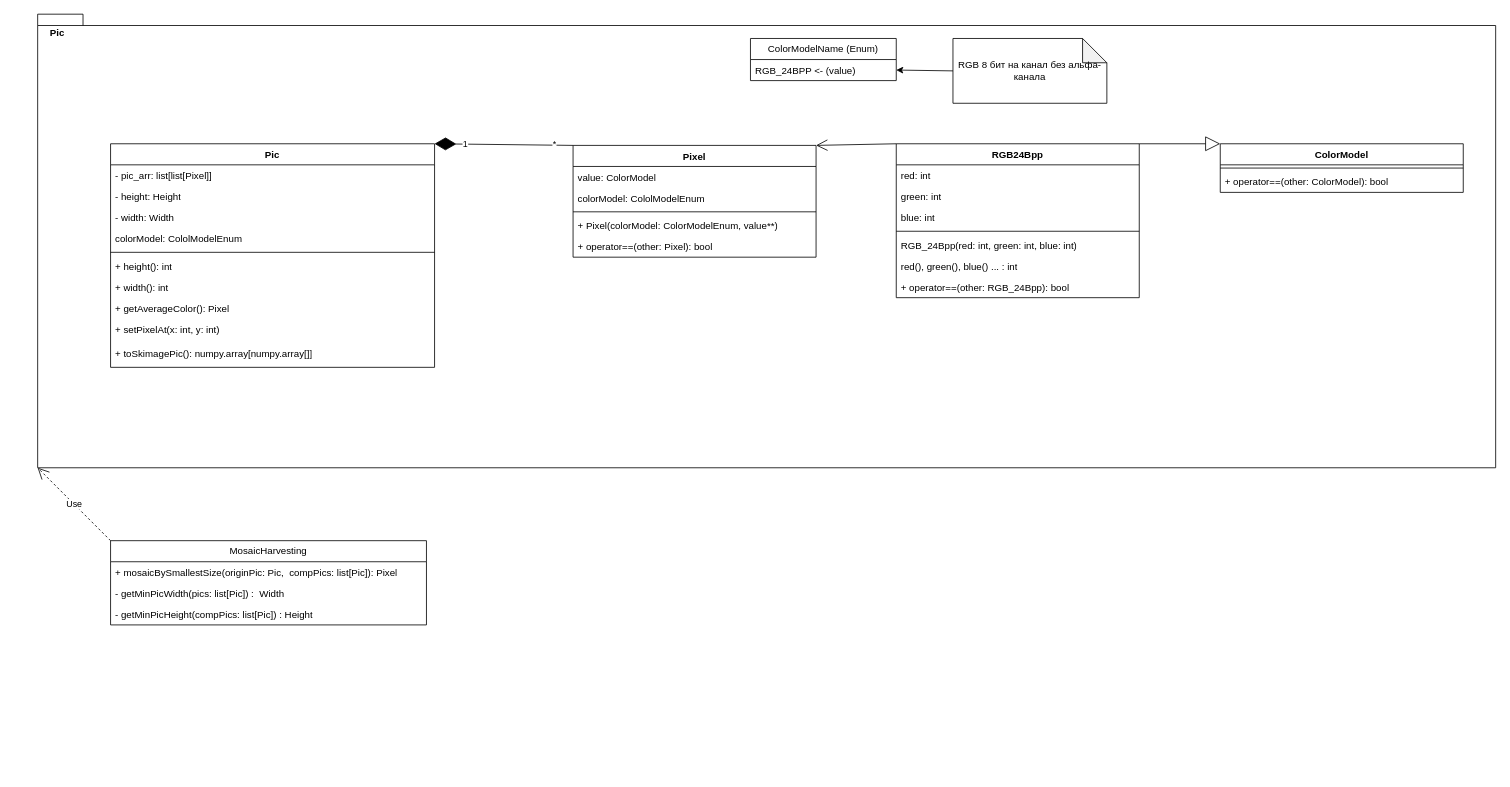
Above: page "диаграмма классов" (2 of 2) of arc.drawio in Sqaz33/PicMix (draw.io), before the change. Source tidied: cells renumbered, new cells numbered last; positions are measured from the earlier drawing's top-left corner, leaving out a move shared by most shapes. Both pictures are drawn from the tidied source at 81%, with x=0, y=0 at pixel (24, 14).
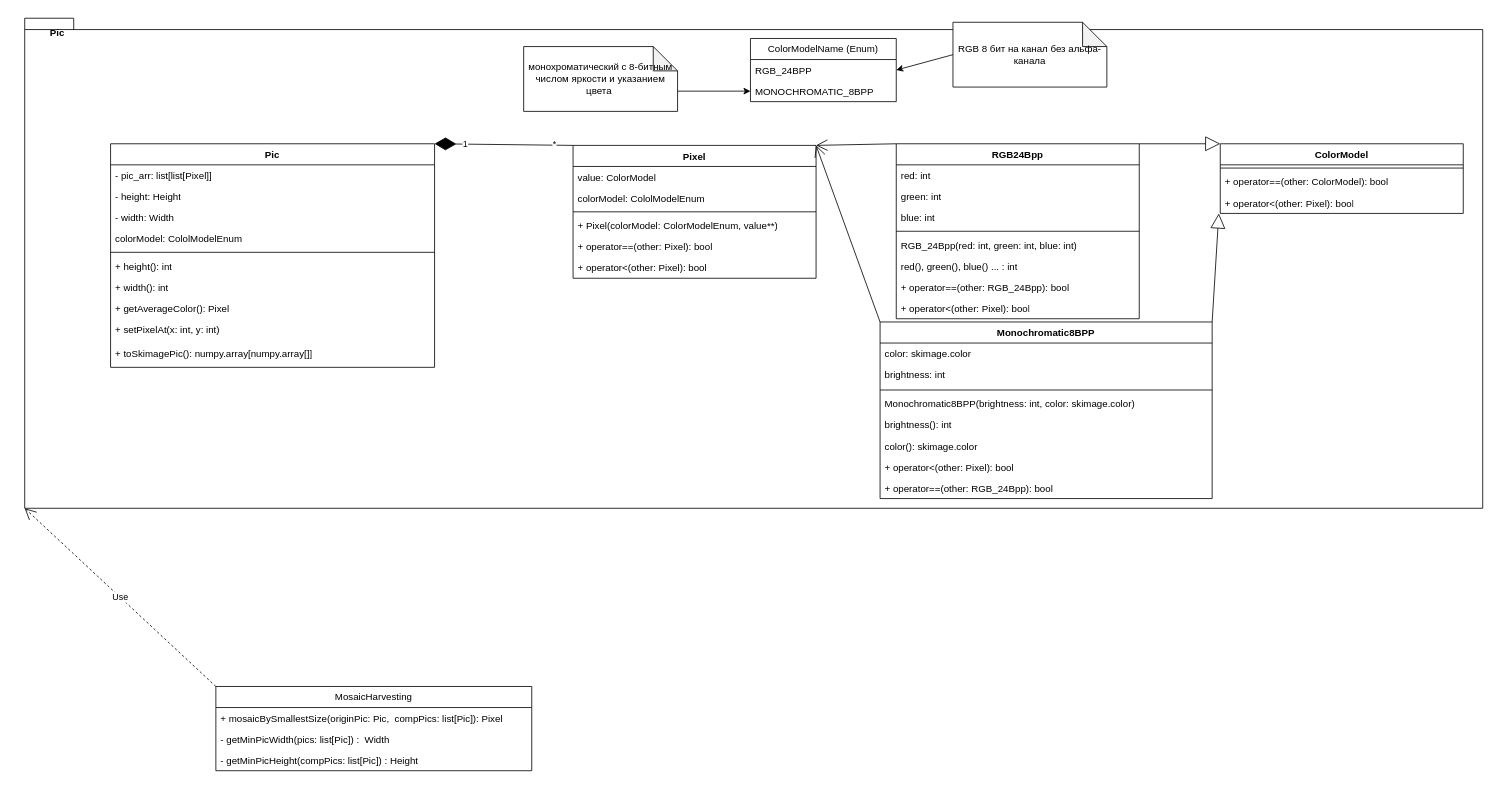
The same diagram, later.

Commit message (it also covers changes not shown here):
Отказался от pixel и цветовых моделей

Change to the diagram source:
```diff
@@
     <mxCell id="2" style="shape=folder;fontStyle=1;spacingTop=10;tabWidth=40;tabHeight=14;tabPosition=left;html=1;whiteSpace=wrap;" parent="1" vertex="1">
-      <mxGeometry x="16" width="1800" height="560" as="geometry" />
+      <mxGeometry y="5" width="1800" height="605" as="geometry" />
     </mxCell>
     <mxCell id="3" value="MosaicHarvesting" style="swimlane;fontStyle=0;horizontal=1;startSize=26;fillColor=none;whiteSpace=wrap;html=1;" parent="1" vertex="1">
-      <mxGeometry x="106" y="650" width="390" height="104" as="geometry" />
+      <mxGeometry x="236" y="830" width="390" height="104" as="geometry" />
     </mxCell>
@@
     <mxCell id="18" value="Pixel" style="swimlane;fontStyle=1;align=center;verticalAlign=top;horizontal=1;startSize=26;whiteSpace=wrap;html=1;" parent="1" vertex="1">
-      <mxGeometry x="677" y="162" width="300" height="138" as="geometry" />
+      <mxGeometry x="677" y="162" width="300" height="164" as="geometry" />
     </mxCell>
@@
+    <mxCell id="46" value="+ operator==(other: Pixel): bool" style="text;strokeColor=none;fillColor=none;align=left;verticalAlign=top;spacingLeft=4;spacingRight=4;overflow=hidden;whiteSpace=wrap;html=1;" parent="18" vertex="1">
+      <mxGeometry y="112" width="300" height="26" as="geometry" />
+    </mxCell>
-    <mxCell id="23" value="+ operator==(other: Pixel): bool" style="text;strokeColor=none;fillColor=none;align=left;verticalAlign=top;spacingLeft=4;spacingRight=4;overflow=hidden;whiteSpace=wrap;html=1;" parent="18" vertex="1">
-      <mxGeometry y="112" width="300" height="26" as="geometry" />
+    <mxCell id="23" value="+ operator&amp;lt;(other: Pixel): bool" style="text;strokeColor=none;fillColor=none;align=left;verticalAlign=top;spacingLeft=4;spacingRight=4;overflow=hidden;whiteSpace=wrap;html=1;" parent="18" vertex="1">
+      <mxGeometry y="138" width="300" height="26" as="geometry" />
     </mxCell>
     <mxCell id="24" value="ColorModelName (Enum)" style="swimlane;fontStyle=0;horizontal=1;startSize=26;fillColor=none;whiteSpace=wrap;html=1;" parent="1" vertex="1">
-      <mxGeometry x="896" y="30" width="180" height="52" as="geometry" />
+      <mxGeometry x="896" y="30" width="180" height="78" as="geometry" />
     </mxCell>
+    <mxCell id="47" value="RGB_24BPP" style="text;strokeColor=none;fillColor=none;align=left;verticalAlign=top;spacingLeft=4;spacingRight=4;overflow=hidden;points=[[0,0.5],[1,0.5]];portConstraint=eastwest;whiteSpace=wrap;html=1;" parent="24" vertex="1">
+      <mxGeometry y="26" width="180" height="26" as="geometry" />
+    </mxCell>
-    <mxCell id="25" value="RGB_24BPP &amp;lt;- (value)" style="text;strokeColor=none;fillColor=none;align=left;verticalAlign=top;spacingLeft=4;spacingRight=4;overflow=hidden;points=[[0,0.5],[1,0.5]];portConstraint=eastwest;whiteSpace=wrap;html=1;" parent="24" vertex="1">
-      <mxGeometry y="26" width="180" height="26" as="geometry" />
+    <mxCell id="25" value="MONOCHROMATIC_8BPP" style="text;strokeColor=none;fillColor=none;align=left;verticalAlign=top;spacingLeft=4;spacingRight=4;overflow=hidden;points=[[0,0.5],[1,0.5]];portConstraint=eastwest;whiteSpace=wrap;html=1;" parent="24" vertex="1">
+      <mxGeometry y="52" width="180" height="26" as="geometry" />
     </mxCell>
     <mxCell id="26" value="RGB 8 бит на канал без альфа-канала" style="shape=note;whiteSpace=wrap;html=1;backgroundOutline=1;darkOpacity=0.05;" parent="1" vertex="1">
-      <mxGeometry x="1146" y="30" width="190" height="80" as="geometry" />
+      <mxGeometry x="1146" y="10" width="190" height="80" as="geometry" />
     </mxCell>
-    <mxCell id="27" style="endArrow=classic;html=1;rounded=0;exitX=0;exitY=0.5;exitDx=0;exitDy=0;exitPerimeter=0;entryX=1;entryY=0.5;entryDx=0;entryDy=0;" parent="1" edge="1" source="26" target="25">
+    <mxCell id="27" style="endArrow=classic;html=1;rounded=0;exitX=0;exitY=0.5;exitDx=0;exitDy=0;exitPerimeter=0;entryX=1;entryY=0.5;entryDx=0;entryDy=0;" parent="1" edge="1" source="26" target="47">
       <mxGeometry relative="1" as="geometry" />
     </mxCell>
@@
     <mxCell id="31" value="RGB24Bpp" style="swimlane;fontStyle=1;align=center;verticalAlign=top;horizontal=1;startSize=26;whiteSpace=wrap;html=1;" parent="1" vertex="1">
-      <mxGeometry x="1076" y="160" width="300" height="190" as="geometry" />
+      <mxGeometry x="1076" y="160" width="300" height="216" as="geometry" />
     </mxCell>
@@
+    <mxCell id="48" value="+ operator&amp;lt;(other: Pixel): bool" style="text;strokeColor=none;fillColor=none;align=left;verticalAlign=top;spacingLeft=4;spacingRight=4;overflow=hidden;whiteSpace=wrap;html=1;" parent="31" vertex="1">
+      <mxGeometry y="190" width="300" height="26" as="geometry" />
+    </mxCell>
     <mxCell id="39" value="ColorModel" style="swimlane;fontStyle=1;align=center;verticalAlign=top;horizontal=1;startSize=26;whiteSpace=wrap;html=1;" parent="1" vertex="1">
-      <mxGeometry x="1476" y="160" width="300" height="60" as="geometry" />
+      <mxGeometry x="1476" y="160" width="300" height="86" as="geometry" />
     </mxCell>
@@
+    <mxCell id="49" value="+ operator&amp;lt;(other: Pixel): bool" style="text;strokeColor=none;fillColor=none;align=left;verticalAlign=top;spacingLeft=4;spacingRight=4;overflow=hidden;points=[[0,0.5],[1,0.5]];portConstraint=eastwest;whiteSpace=wrap;html=1;" parent="39" vertex="1">
+      <mxGeometry y="60" width="300" height="26" as="geometry" />
+    </mxCell>
@@
-    <mxCell id="45" value="Use" style="endArrow=open;endSize=12;dashed=1;html=1;rounded=0;exitX=0;exitY=0;exitDx=0;exitDy=0;entryX=0;entryY=0;entryDx=0;entryDy=560;entryPerimeter=0;" parent="1" edge="1" source="3" target="2">
+    <mxCell id="45" value="Use" style="endArrow=open;endSize=12;dashed=1;html=1;rounded=0;exitX=0;exitY=0;exitDx=0;exitDy=0;entryX=0;entryY=0;entryDx=0;entryDy=605;entryPerimeter=0;" parent="1" edge="1" source="3" target="2">
       <mxGeometry relative="1" as="geometry" />
     </mxCell>
+    <mxCell id="50" style="edgeStyle=orthogonalEdgeStyle;rounded=0;jettySize=auto;html=1;exitX=0;exitY=0;exitDx=190;exitDy=55;exitPerimeter=0;entryX=0;entryY=0.5;entryDx=0;entryDy=0;" parent="1" edge="1" source="51" target="25">
+      <mxGeometry relative="1" as="geometry" />
+    </mxCell>
+    <mxCell id="51" value="монохроматический с 8-битным числом яркости и указанием цвета&amp;nbsp;" style="shape=note;whiteSpace=wrap;html=1;backgroundOutline=1;darkOpacity=0.05;" parent="1" vertex="1">
+      <mxGeometry x="616" y="40" width="190" height="80" as="geometry" />
+    </mxCell>
+    <mxCell id="52" value="Monochromatic8BPP" style="swimlane;fontStyle=1;align=center;verticalAlign=top;horizontal=1;startSize=26;whiteSpace=wrap;html=1;" parent="1" vertex="1">
+      <mxGeometry x="1056" y="380" width="410" height="218" as="geometry" />
+    </mxCell>
+    <mxCell id="53" value="color: skimage.color&lt;br&gt;" style="text;strokeColor=none;fillColor=none;align=left;verticalAlign=top;spacingLeft=4;spacingRight=4;overflow=hidden;whiteSpace=wrap;html=1;" parent="52" vertex="1">
+      <mxGeometry y="26" width="410" height="26" as="geometry" />
+    </mxCell>
+    <mxCell id="54" value="brightness: int" style="text;strokeColor=none;fillColor=none;align=left;verticalAlign=top;spacingLeft=4;spacingRight=4;overflow=hidden;whiteSpace=wrap;html=1;" parent="52" vertex="1">
+      <mxGeometry y="52" width="410" height="28" as="geometry" />
+    </mxCell>
+    <mxCell id="55" style="line;strokeWidth=1;fillColor=none;align=left;verticalAlign=middle;spacingTop=-1;spacingLeft=3;spacingRight=3;labelPosition=right;strokeColor=inherit;" parent="52" vertex="1">
+      <mxGeometry y="80" width="410" height="8" as="geometry" />
+    </mxCell>
+    <mxCell id="56" value="Monochromatic8BPP(brightness: int, color: skimage.color)" style="text;strokeColor=none;fillColor=none;align=left;verticalAlign=top;spacingLeft=4;spacingRight=4;overflow=hidden;whiteSpace=wrap;html=1;" parent="52" vertex="1">
+      <mxGeometry y="88" width="410" height="26" as="geometry" />
+    </mxCell>
+    <mxCell id="57" value="brightness(): int" style="text;strokeColor=none;fillColor=none;align=left;verticalAlign=top;spacingLeft=4;spacingRight=4;overflow=hidden;whiteSpace=wrap;html=1;" parent="52" vertex="1">
+      <mxGeometry y="114" width="410" height="26" as="geometry" />
+    </mxCell>
+    <mxCell id="58" value="color(): skimage.color" style="text;strokeColor=none;fillColor=none;align=left;verticalAlign=top;spacingLeft=4;spacingRight=4;overflow=hidden;whiteSpace=wrap;html=1;" parent="52" vertex="1">
+      <mxGeometry y="140" width="410" height="26" as="geometry" />
+    </mxCell>
+    <mxCell id="59" value="+ operator&amp;lt;(other: Pixel): bool" style="text;strokeColor=none;fillColor=none;align=left;verticalAlign=top;spacingLeft=4;spacingRight=4;overflow=hidden;whiteSpace=wrap;html=1;" parent="52" vertex="1">
+      <mxGeometry y="166" width="410" height="26" as="geometry" />
+    </mxCell>
+    <mxCell id="60" value="+ operator==(other: RGB_24Bpp): bool" style="text;strokeColor=none;fillColor=none;align=left;verticalAlign=top;spacingLeft=4;spacingRight=4;overflow=hidden;whiteSpace=wrap;html=1;" parent="52" vertex="1">
+      <mxGeometry y="192" width="410" height="26" as="geometry" />
+    </mxCell>
+    <mxCell id="61" style="endArrow=block;endSize=16;endFill=0;html=1;rounded=0;entryX=-0.006;entryY=1.002;entryDx=0;entryDy=0;exitX=1;exitY=0;exitDx=0;exitDy=0;entryPerimeter=0;" parent="1" edge="1" source="52" target="49">
+      <mxGeometry relative="1" as="geometry" />
+    </mxCell>
+    <mxCell id="62" style="endArrow=open;endFill=1;endSize=12;html=1;rounded=0;exitX=0;exitY=0;exitDx=0;exitDy=0;entryX=1;entryY=0;entryDx=0;entryDy=0;" parent="1" edge="1" source="52" target="18">
+      <mxGeometry relative="1" as="geometry" />
+    </mxCell>
```
